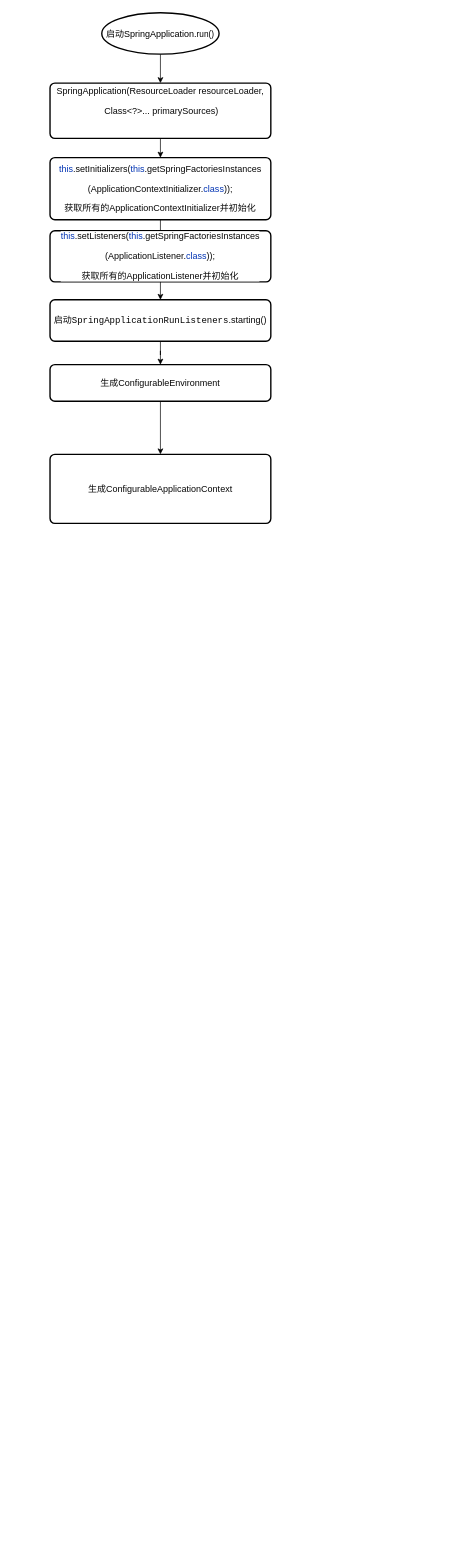
Above: springboot启动流程.drawio in AC-GITHUB/drawio (draw.io), before the change. Source tidied: cells renumbered, new cells numbered last; positions are measured from the earlier drawing's top-left corner, leaving out a move shared by most shapes. Both pictures are drawn from the tidied source at 69%, with x=0, y=0 at pixel (50, 12).
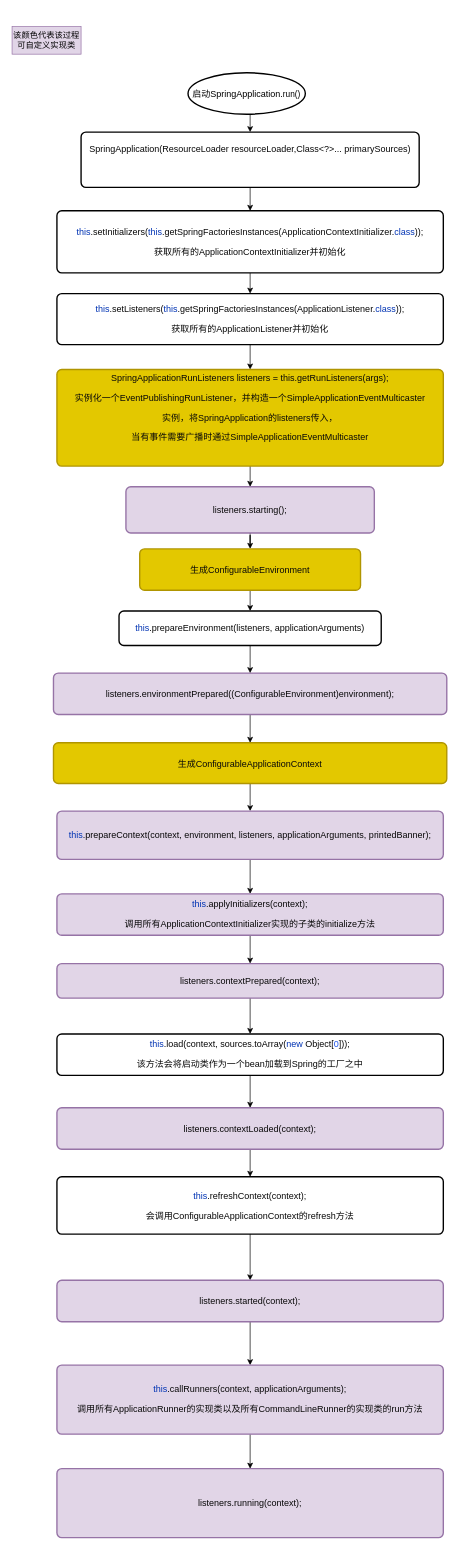
The same page after the edit.

Commit message:
更新springboot启动流程.drawio

Diff of the diagram source:
```diff
@@
-    <mxCell id="2" style="edgeStyle=orthogonalEdgeStyle;rounded=0;jettySize=auto;html=1;exitX=0.5;exitY=1;exitDx=0;exitDy=0;exitPerimeter=0;entryX=0.5;entryY=0;entryDx=0;entryDy=0;" parent="1" edge="1" source="3" target="10">
-      <mxGeometry relative="1" as="geometry" />
-    </mxCell>
+    <mxCell id="14" style="edgeStyle=orthogonalEdgeStyle;rounded=0;jettySize=auto;html=1;exitX=0.5;exitY=1;exitDx=0;exitDy=0;exitPerimeter=0;entryX=0.5;entryY=0;entryDx=0;entryDy=0;" parent="1" edge="1" source="3" target="21">
+      <mxGeometry relative="1" as="geometry" />
+    </mxCell>
     <mxCell id="3" value="&lt;span style=&quot;background-color: rgb(255 , 255 , 255)&quot;&gt;&lt;span style=&quot;font-family: &amp;#34;jetbrains mono&amp;#34; ; font-size: 9.8pt&quot;&gt;启动SpringApplication.&lt;/span&gt;run()&lt;/span&gt;" style="strokeWidth=2;html=1;shape=mxgraph.flowchart.start_1;whiteSpace=wrap;" parent="1" vertex="1">
-      <mxGeometry x="75" width="170" height="60" as="geometry" />
+      <mxGeometry x="200" y="87" width="170" height="60" as="geometry" />
     </mxCell>
-    <mxCell id="4" style="edgeStyle=orthogonalEdgeStyle;rounded=0;jettySize=auto;html=1;" parent="1" edge="1" source="5" target="7">
-      <mxGeometry relative="1" as="geometry" />
-    </mxCell>
-    <mxCell id="5" value="&lt;pre style=&quot;font-size: 9.8pt&quot;&gt;&lt;pre style=&quot;font-size: 9.8pt ; background-color: rgb(255 , 255 , 255) ; color: rgb(8 , 8 , 8) ; font-family: &amp;#34;jetbrains mono&amp;#34;&quot;&gt;&lt;span style=&quot;color: rgb(3 , 3 , 3) ; font-family: &amp;#34;courier new&amp;#34; ; font-size: 9.8pt&quot;&gt;启动SpringApplicationRunListeners&lt;/span&gt;.starting()&lt;/pre&gt;&lt;/pre&gt;" style="rounded=1;whiteSpace=wrap;html=1;absoluteArcSize=1;arcSize=14;strokeWidth=2;" parent="1" vertex="1">
-      <mxGeometry y="416" width="320" height="60" as="geometry" />
-    </mxCell>
-    <mxCell id="6" style="edgeStyle=orthogonalEdgeStyle;rounded=0;jettySize=auto;html=1;" parent="1" edge="1" source="7" target="8">
-      <mxGeometry relative="1" as="geometry" />
-    </mxCell>
+    <mxCell id="15" style="edgeStyle=orthogonalEdgeStyle;rounded=0;jettySize=auto;html=1;" parent="1" edge="1" source="16" target="7">
+      <mxGeometry relative="1" as="geometry" />
+    </mxCell>
+    <mxCell id="16" value="&lt;pre style=&quot;font-size: 9.8pt&quot;&gt;&lt;pre style=&quot;font-size: 9.8pt; color: rgb(8, 8, 8); font-family: &amp;quot;jetbrains mono&amp;quot;;&quot;&gt;&lt;pre style=&quot;font-family: &amp;quot;jetbrains mono&amp;quot; ; font-size: 9.8pt&quot;&gt;listeners.starting();&lt;/pre&gt;&lt;/pre&gt;&lt;/pre&gt;" style="rounded=1;whiteSpace=wrap;html=1;absoluteArcSize=1;arcSize=14;strokeWidth=2;fillColor=#e1d5e7;strokeColor=#9673a6;labelBackgroundColor=none;" parent="1" vertex="1">
+      <mxGeometry x="110" y="687" width="360" height="67" as="geometry" />
+    </mxCell>
+    <mxCell id="17" style="edgeStyle=orthogonalEdgeStyle;rounded=0;jettySize=auto;html=1;exitX=0.5;exitY=1;exitDx=0;exitDy=0;entryX=0.5;entryY=0;entryDx=0;entryDy=0;" parent="1" edge="1" source="7" target="30">
+      <mxGeometry relative="1" as="geometry" />
+    </mxCell>
-    <mxCell id="7" value="&lt;pre style=&quot;font-size: 9.8pt&quot;&gt;&lt;pre style=&quot;background-color: #ffffff ; color: #080808 ; font-family: &amp;#34;jetbrains mono&amp;#34; ; font-size: 9.8pt&quot;&gt;&lt;pre style=&quot;font-family: &amp;#34;jetbrains mono&amp;#34; ; font-size: 9.8pt&quot;&gt;生成ConfigurableEnvironment&lt;/pre&gt;&lt;/pre&gt;&lt;/pre&gt;" style="rounded=1;whiteSpace=wrap;html=1;absoluteArcSize=1;arcSize=14;strokeWidth=2;" parent="1" vertex="1">
-      <mxGeometry y="510" width="320" height="53" as="geometry" />
+    <mxCell id="7" value="&lt;pre style=&quot;font-size: 9.8pt&quot;&gt;&lt;pre style=&quot;color: rgb(8, 8, 8); font-family: &amp;quot;jetbrains mono&amp;quot;; font-size: 9.8pt;&quot;&gt;&lt;pre style=&quot;font-family: &amp;quot;jetbrains mono&amp;quot; ; font-size: 9.8pt&quot;&gt;生成ConfigurableEnvironment&lt;/pre&gt;&lt;/pre&gt;&lt;/pre&gt;" style="rounded=1;whiteSpace=wrap;html=1;absoluteArcSize=1;arcSize=14;strokeWidth=2;fillColor=#e3c800;strokeColor=#B09500;fontColor=#ffffff;labelBackgroundColor=none;" parent="1" vertex="1">
+      <mxGeometry x="130" y="777" width="320" height="60" as="geometry" />
     </mxCell>
+    <mxCell id="18" style="edgeStyle=orthogonalEdgeStyle;rounded=0;jettySize=auto;html=1;exitX=0.5;exitY=1;exitDx=0;exitDy=0;entryX=0.5;entryY=0;entryDx=0;entryDy=0;" parent="1" edge="1" source="8" target="32">
+      <mxGeometry relative="1" as="geometry" />
+    </mxCell>
-    <mxCell id="8" value="&lt;pre style=&quot;font-size: 9.8pt&quot;&gt;&lt;pre style=&quot;background-color: #ffffff ; color: #080808 ; font-family: &amp;#34;jetbrains mono&amp;#34; ; font-size: 9.8pt&quot;&gt;&lt;pre style=&quot;font-family: &amp;#34;jetbrains mono&amp;#34; ; font-size: 9.8pt&quot;&gt;生成ConfigurableApplicationContext&lt;/pre&gt;&lt;/pre&gt;&lt;/pre&gt;" style="rounded=1;whiteSpace=wrap;html=1;absoluteArcSize=1;arcSize=14;strokeWidth=2;" parent="1" vertex="1">
-      <mxGeometry y="640" width="320" height="100" as="geometry" />
+    <mxCell id="8" value="&lt;pre style=&quot;font-size: 9.8pt&quot;&gt;&lt;pre style=&quot;color: rgb(8, 8, 8); font-family: &amp;quot;jetbrains mono&amp;quot;; font-size: 9.8pt;&quot;&gt;&lt;pre style=&quot;font-family: &amp;quot;jetbrains mono&amp;quot; ; font-size: 9.8pt&quot;&gt;生成ConfigurableApplicationContext&lt;/pre&gt;&lt;/pre&gt;&lt;/pre&gt;" style="rounded=1;whiteSpace=wrap;html=1;absoluteArcSize=1;arcSize=14;strokeWidth=2;fillColor=#e3c800;strokeColor=#B09500;fontColor=#ffffff;labelBackgroundColor=none;" parent="1" vertex="1">
+      <mxGeometry x="5" y="1058" width="570" height="59" as="geometry" />
     </mxCell>
-    <mxCell id="9" style="edgeStyle=none;rounded=0;jettySize=auto;html=1;" parent="1" edge="1" source="11" target="5">
-      <mxGeometry relative="1" as="geometry" />
-    </mxCell>
-    <mxCell id="10" value="&lt;pre style=&quot;background-color: #ffffff ; color: #080808 ; font-family: &amp;#34;jetbrains mono&amp;#34; ; font-size: 9.8pt&quot;&gt;SpringApplication(ResourceLoader resourceLoader,&lt;/pre&gt;&lt;pre style=&quot;background-color: #ffffff ; color: #080808 ; font-family: &amp;#34;jetbrains mono&amp;#34; ; font-size: 9.8pt&quot;&gt; Class&amp;lt;?&amp;gt;... primarySources)&lt;/pre&gt;&lt;pre style=&quot;background-color: #ffffff ; color: #080808 ; font-family: &amp;#34;jetbrains mono&amp;#34; ; font-size: 9.8pt&quot;&gt;&lt;br&gt;&lt;/pre&gt;" style="rounded=1;whiteSpace=wrap;html=1;absoluteArcSize=1;arcSize=14;strokeWidth=2;" parent="1" vertex="1">
-      <mxGeometry y="102" width="320" height="80" as="geometry" />
-    </mxCell>
-    <mxCell id="11" value="&lt;pre style=&quot;background-color: #ffffff ; color: #080808 ; font-family: &amp;#34;jetbrains mono&amp;#34; ; font-size: 9.8pt&quot;&gt;&lt;span style=&quot;color: #0033b3&quot;&gt;this&lt;/span&gt;.setInitializers(&lt;span style=&quot;color: #0033b3&quot;&gt;this&lt;/span&gt;.getSpringFactoriesInstances&lt;/pre&gt;&lt;pre style=&quot;background-color: #ffffff ; color: #080808 ; font-family: &amp;#34;jetbrains mono&amp;#34; ; font-size: 9.8pt&quot;&gt;(ApplicationContextInitializer.&lt;span style=&quot;color: #0033b3&quot;&gt;class&lt;/span&gt;));&lt;/pre&gt;&lt;pre style=&quot;background-color: #ffffff ; color: #080808 ; font-family: &amp;#34;jetbrains mono&amp;#34; ; font-size: 9.8pt&quot;&gt;获取所有的ApplicationContextInitializer并初始化&lt;/pre&gt;" style="rounded=1;whiteSpace=wrap;html=1;absoluteArcSize=1;arcSize=14;strokeWidth=2;" parent="1" vertex="1">
-      <mxGeometry y="210" width="320" height="90" as="geometry" />
-    </mxCell>
-    <mxCell id="12" style="edgeStyle=none;rounded=0;jettySize=auto;html=1;" parent="1" edge="1" source="10" target="11">
-      <mxGeometry relative="1" as="geometry" />
-    </mxCell>
-    <mxCell id="13" value="&lt;pre style=&quot;background-color: #ffffff ; color: #080808 ; font-family: &amp;#34;jetbrains mono&amp;#34; ; font-size: 9.8pt&quot;&gt;&lt;span style=&quot;color: #0033b3&quot;&gt;this&lt;/span&gt;.setListeners(&lt;span style=&quot;color: #0033b3&quot;&gt;this&lt;/span&gt;.getSpringFactoriesInstances&lt;/pre&gt;&lt;pre style=&quot;background-color: #ffffff ; color: #080808 ; font-family: &amp;#34;jetbrains mono&amp;#34; ; font-size: 9.8pt&quot;&gt;(ApplicationListener.&lt;span style=&quot;color: #0033b3&quot;&gt;class&lt;/span&gt;));&lt;/pre&gt;&lt;pre style=&quot;background-color: #ffffff ; color: #080808 ; font-family: &amp;#34;jetbrains mono&amp;#34; ; font-size: 9.8pt&quot;&gt;获取所有的ApplicationListener并初始化&lt;/pre&gt;" style="rounded=1;whiteSpace=wrap;html=1;absoluteArcSize=1;arcSize=14;strokeWidth=2;" parent="1" vertex="1">
-      <mxGeometry y="316" width="320" height="74" as="geometry" />
-    </mxCell>
+    <mxCell id="19" style="edgeStyle=none;rounded=0;jettySize=auto;html=1;" parent="1" edge="1" source="26" target="16">
+      <mxGeometry relative="1" as="geometry" />
+    </mxCell>
+    <mxCell id="20" style="edgeStyle=orthogonalEdgeStyle;rounded=0;jettySize=auto;html=1;exitX=0.5;exitY=1;exitDx=0;exitDy=0;entryX=0.5;entryY=0;entryDx=0;entryDy=0;" parent="1" edge="1" source="21" target="23">
+      <mxGeometry relative="1" as="geometry" />
+    </mxCell>
+    <mxCell id="21" value="&lt;pre style=&quot;background-color: #ffffff ; color: #080808 ; font-family: &amp;#34;jetbrains mono&amp;#34; ; font-size: 9.8pt&quot;&gt;SpringApplication(ResourceLoader resourceLoader,Class&amp;lt;?&amp;gt;... primarySources)&lt;/pre&gt;&lt;pre style=&quot;background-color: #ffffff ; color: #080808 ; font-family: &amp;#34;jetbrains mono&amp;#34; ; font-size: 9.8pt&quot;&gt;&lt;br&gt;&lt;/pre&gt;" style="rounded=1;whiteSpace=wrap;html=1;absoluteArcSize=1;arcSize=14;strokeWidth=2;" parent="1" vertex="1">
+      <mxGeometry x="45" y="173" width="490" height="80" as="geometry" />
+    </mxCell>
+    <mxCell id="22" style="edgeStyle=orthogonalEdgeStyle;rounded=0;jettySize=auto;html=1;exitX=0.5;exitY=1;exitDx=0;exitDy=0;entryX=0.5;entryY=0;entryDx=0;entryDy=0;" parent="1" edge="1" source="23" target="25">
+      <mxGeometry relative="1" as="geometry" />
+    </mxCell>
+    <mxCell id="23" value="&lt;pre style=&quot;background-color: #ffffff ; color: #080808 ; font-family: &amp;#34;jetbrains mono&amp;#34; ; font-size: 9.8pt&quot;&gt;&lt;span style=&quot;color: #0033b3&quot;&gt;this&lt;/span&gt;.setInitializers(&lt;span style=&quot;color: #0033b3&quot;&gt;this&lt;/span&gt;.getSpringFactoriesInstances(ApplicationContextInitializer.&lt;span style=&quot;font-size: 9.8pt ; white-space: normal ; color: rgb(0 , 51 , 179)&quot;&gt;class&lt;/span&gt;&lt;span style=&quot;font-size: 9.8pt ; white-space: normal&quot;&gt;));&lt;/span&gt;&lt;/pre&gt;&lt;pre style=&quot;background-color: #ffffff ; color: #080808 ; font-family: &amp;#34;jetbrains mono&amp;#34; ; font-size: 9.8pt&quot;&gt;获取所有的ApplicationContextInitializer并初始化&lt;/pre&gt;" style="rounded=1;whiteSpace=wrap;html=1;absoluteArcSize=1;arcSize=14;strokeWidth=2;" parent="1" vertex="1">
+      <mxGeometry x="10" y="287" width="560" height="90" as="geometry" />
+    </mxCell>
+    <mxCell id="24" style="edgeStyle=orthogonalEdgeStyle;rounded=0;jettySize=auto;html=1;exitX=0.5;exitY=1;exitDx=0;exitDy=0;entryX=0.5;entryY=0;entryDx=0;entryDy=0;" parent="1" edge="1" source="25" target="26">
+      <mxGeometry relative="1" as="geometry" />
+    </mxCell>
+    <mxCell id="25" value="&lt;pre style=&quot;background-color: #ffffff ; color: #080808 ; font-family: &amp;#34;jetbrains mono&amp;#34; ; font-size: 9.8pt&quot;&gt;&lt;span style=&quot;color: #0033b3&quot;&gt;this&lt;/span&gt;.setListeners(&lt;span style=&quot;color: #0033b3&quot;&gt;this&lt;/span&gt;.getSpringFactoriesInstances(ApplicationListener.&lt;span style=&quot;font-size: 9.8pt ; white-space: normal ; color: rgb(0 , 51 , 179)&quot;&gt;class&lt;/span&gt;&lt;span style=&quot;font-size: 9.8pt ; white-space: normal&quot;&gt;));&lt;/span&gt;&lt;/pre&gt;&lt;pre style=&quot;background-color: #ffffff ; color: #080808 ; font-family: &amp;#34;jetbrains mono&amp;#34; ; font-size: 9.8pt&quot;&gt;获取所有的ApplicationListener并初始化&lt;/pre&gt;" style="rounded=1;whiteSpace=wrap;html=1;absoluteArcSize=1;arcSize=14;strokeWidth=2;" parent="1" vertex="1">
+      <mxGeometry x="10" y="407" width="560" height="74" as="geometry" />
+    </mxCell>
+    <mxCell id="26" value="&lt;pre style=&quot;color: rgb(8, 8, 8); font-family: &amp;quot;jetbrains mono&amp;quot;; font-size: 9.8pt;&quot;&gt;SpringApplicationRunListeners listeners = this&lt;span style=&quot;font-size: 9.8pt&quot;&gt;.getRunListeners(args);&lt;/span&gt;&lt;/pre&gt;&lt;pre style=&quot;color: rgb(8, 8, 8); font-family: &amp;quot;jetbrains mono&amp;quot;; font-size: 9.8pt;&quot;&gt;实例化一个EventPublishingRunListener，并构造一个SimpleApplicationEventMulticaster&lt;/pre&gt;&lt;pre style=&quot;color: rgb(8, 8, 8); font-family: &amp;quot;jetbrains mono&amp;quot;; font-size: 9.8pt;&quot;&gt;实例，将SpringApplication的listeners传入，&lt;/pre&gt;&lt;pre style=&quot;color: rgb(8, 8, 8); font-family: &amp;quot;jetbrains mono&amp;quot;; font-size: 9.8pt;&quot;&gt;当有事件需要广播时通过SimpleApplicationEventMulticaster&lt;/pre&gt;&lt;pre style=&quot;color: rgb(8, 8, 8); font-family: &amp;quot;jetbrains mono&amp;quot;; font-size: 9.8pt;&quot;&gt;&lt;br&gt;&lt;/pre&gt;" style="rounded=1;html=1;absoluteArcSize=1;arcSize=14;strokeWidth=2;whiteSpace=wrap;labelBorderColor=none;fillColor=#e3c800;strokeColor=#B09500;fontColor=#ffffff;labelBackgroundColor=none;" parent="1" vertex="1">
+      <mxGeometry x="10" y="517" width="560" height="140" as="geometry" />
+    </mxCell>
+    <mxCell id="27" style="edgeStyle=orthogonalEdgeStyle;rounded=0;jettySize=auto;html=1;exitX=0.5;exitY=1;exitDx=0;exitDy=0;entryX=0.5;entryY=0;entryDx=0;entryDy=0;" parent="1" edge="1" source="28" target="8">
+      <mxGeometry relative="1" as="geometry" />
+    </mxCell>
+    <mxCell id="28" value="&lt;pre style=&quot;color: rgb(8, 8, 8); font-family: &amp;quot;jetbrains mono&amp;quot;; font-size: 9.8pt;&quot;&gt;listeners.environmentPrepared((ConfigurableEnvironment)environment);&lt;/pre&gt;" style="rounded=1;whiteSpace=wrap;html=1;absoluteArcSize=1;arcSize=14;strokeWidth=2;fillColor=#e1d5e7;strokeColor=#9673a6;labelBackgroundColor=none;" parent="1" vertex="1">
+      <mxGeometry x="5" y="957" width="570" height="60" as="geometry" />
+    </mxCell>
+    <mxCell id="29" style="edgeStyle=orthogonalEdgeStyle;rounded=0;jettySize=auto;html=1;exitX=0.5;exitY=1;exitDx=0;exitDy=0;entryX=0.5;entryY=0;entryDx=0;entryDy=0;" parent="1" edge="1" source="30" target="28">
+      <mxGeometry relative="1" as="geometry" />
+    </mxCell>
+    <mxCell id="30" value="&lt;pre style=&quot;background-color: #ffffff ; color: #080808 ; font-family: &amp;#34;jetbrains mono&amp;#34; ; font-size: 9.8pt&quot;&gt;&lt;span style=&quot;color: #0033b3&quot;&gt;this&lt;/span&gt;.prepareEnvironment(listeners, applicationArguments)&lt;/pre&gt;" style="rounded=1;whiteSpace=wrap;html=1;absoluteArcSize=1;arcSize=14;strokeWidth=2;" parent="1" vertex="1">
+      <mxGeometry x="100" y="867" width="380" height="50" as="geometry" />
+    </mxCell>
+    <mxCell id="31" style="edgeStyle=orthogonalEdgeStyle;rounded=0;jettySize=auto;html=1;exitX=0.5;exitY=1;exitDx=0;exitDy=0;entryX=0.5;entryY=0;entryDx=0;entryDy=0;" parent="1" edge="1" source="32" target="34">
+      <mxGeometry relative="1" as="geometry" />
+    </mxCell>
+    <mxCell id="32" value="&lt;pre style=&quot;color: rgb(8, 8, 8); font-family: &amp;quot;jetbrains mono&amp;quot;; font-size: 9.8pt;&quot;&gt;&lt;span style=&quot;color: #0033b3&quot;&gt;this&lt;/span&gt;.prepareContext(context, environment, listeners, applicationArguments, printedBanner);&lt;/pre&gt;" style="rounded=1;whiteSpace=wrap;html=1;absoluteArcSize=1;arcSize=14;strokeWidth=2;labelBackgroundColor=none;fillColor=#e1d5e7;strokeColor=#9673a6;" parent="1" vertex="1">
+      <mxGeometry x="10" y="1157" width="560" height="70" as="geometry" />
+    </mxCell>
+    <mxCell id="33" style="edgeStyle=orthogonalEdgeStyle;rounded=0;jettySize=auto;html=1;exitX=0.5;exitY=1;exitDx=0;exitDy=0;entryX=0.5;entryY=0;entryDx=0;entryDy=0;" parent="1" edge="1" source="34" target="36">
+      <mxGeometry relative="1" as="geometry" />
+    </mxCell>
+    <mxCell id="34" value="&lt;pre style=&quot;color: rgb(8, 8, 8); font-family: &amp;quot;jetbrains mono&amp;quot;; font-size: 9.8pt;&quot;&gt;&lt;span style=&quot;color: #0033b3&quot;&gt;this&lt;/span&gt;.applyInitializers(context);&lt;/pre&gt;&lt;pre style=&quot;color: rgb(8, 8, 8); font-family: &amp;quot;jetbrains mono&amp;quot;; font-size: 9.8pt;&quot;&gt;调用所有ApplicationContextInitializer实现的子类的initialize方法&lt;/pre&gt;" style="rounded=1;whiteSpace=wrap;html=1;absoluteArcSize=1;arcSize=14;strokeWidth=2;labelBackgroundColor=none;fillColor=#e1d5e7;strokeColor=#9673a6;" parent="1" vertex="1">
+      <mxGeometry x="10" y="1277" width="560" height="60" as="geometry" />
+    </mxCell>
+    <mxCell id="35" style="edgeStyle=orthogonalEdgeStyle;rounded=0;jettySize=auto;html=1;exitX=0.5;exitY=1;exitDx=0;exitDy=0;entryX=0.5;entryY=0;entryDx=0;entryDy=0;" parent="1" edge="1" source="36" target="48">
+      <mxGeometry relative="1" as="geometry" />
+    </mxCell>
+    <mxCell id="36" value="&lt;pre style=&quot;color: rgb(8, 8, 8); font-family: &amp;quot;jetbrains mono&amp;quot;; font-size: 9.8pt;&quot;&gt;listeners.contextPrepared(context);&lt;/pre&gt;" style="rounded=1;whiteSpace=wrap;html=1;absoluteArcSize=1;arcSize=14;strokeWidth=2;labelBackgroundColor=none;fillColor=#e1d5e7;strokeColor=#9673a6;" parent="1" vertex="1">
+      <mxGeometry x="10" y="1378" width="560" height="50" as="geometry" />
+    </mxCell>
+    <mxCell id="37" style="edgeStyle=orthogonalEdgeStyle;rounded=0;jettySize=auto;html=1;exitX=0.5;exitY=1;exitDx=0;exitDy=0;entryX=0.5;entryY=0;entryDx=0;entryDy=0;" parent="1" edge="1" source="38" target="40">
+      <mxGeometry relative="1" as="geometry" />
+    </mxCell>
+    <mxCell id="38" value="&lt;pre style=&quot;background-color: #ffffff ; color: #080808 ; font-family: &amp;#34;jetbrains mono&amp;#34; ; font-size: 9.8pt&quot;&gt;&lt;span style=&quot;color: #0033b3&quot;&gt;this&lt;/span&gt;.refreshContext(context);&lt;/pre&gt;&lt;pre style=&quot;background-color: #ffffff ; color: #080808 ; font-family: &amp;#34;jetbrains mono&amp;#34; ; font-size: 9.8pt&quot;&gt;会调用ConfigurableApplicationContext的refresh方法&lt;/pre&gt;" style="rounded=1;whiteSpace=wrap;html=1;absoluteArcSize=1;arcSize=14;strokeWidth=2;labelBackgroundColor=none;" parent="1" vertex="1">
+      <mxGeometry x="10" y="1687" width="560" height="83" as="geometry" />
+    </mxCell>
+    <mxCell id="39" style="edgeStyle=orthogonalEdgeStyle;rounded=0;jettySize=auto;html=1;exitX=0.5;exitY=1;exitDx=0;exitDy=0;entryX=0.5;entryY=0;entryDx=0;entryDy=0;" parent="1" edge="1" source="40" target="42">
+      <mxGeometry relative="1" as="geometry" />
+    </mxCell>
+    <mxCell id="40" value="&lt;pre style=&quot;color: rgb(8, 8, 8); font-family: &amp;quot;jetbrains mono&amp;quot;; font-size: 9.8pt;&quot;&gt;listeners.started(context);&lt;/pre&gt;" style="rounded=1;whiteSpace=wrap;html=1;absoluteArcSize=1;arcSize=14;strokeWidth=2;labelBackgroundColor=none;fillColor=#e1d5e7;strokeColor=#9673a6;" parent="1" vertex="1">
+      <mxGeometry x="10" y="1837" width="560" height="60" as="geometry" />
+    </mxCell>
+    <mxCell id="41" style="edgeStyle=orthogonalEdgeStyle;rounded=0;jettySize=auto;html=1;exitX=0.5;exitY=1;exitDx=0;exitDy=0;entryX=0.5;entryY=0;entryDx=0;entryDy=0;" parent="1" edge="1" source="42" target="43">
+      <mxGeometry relative="1" as="geometry" />
+    </mxCell>
+    <mxCell id="42" value="&lt;pre style=&quot;color: rgb(8, 8, 8); font-family: &amp;quot;jetbrains mono&amp;quot;; font-size: 9.8pt;&quot;&gt;&lt;span style=&quot;color: #0033b3&quot;&gt;this&lt;/span&gt;.callRunners(context, applicationArguments);&lt;/pre&gt;&lt;pre style=&quot;color: rgb(8, 8, 8); font-family: &amp;quot;jetbrains mono&amp;quot;; font-size: 9.8pt;&quot;&gt;调用所有ApplicationRunner的实现类以及所有CommandLineRunner的实现类的run方法&lt;/pre&gt;" style="rounded=1;whiteSpace=wrap;html=1;absoluteArcSize=1;arcSize=14;strokeWidth=2;labelBackgroundColor=none;fillColor=#e1d5e7;strokeColor=#9673a6;" parent="1" vertex="1">
+      <mxGeometry x="10" y="1960" width="560" height="100" as="geometry" />
+    </mxCell>
+    <mxCell id="43" value="&lt;pre style=&quot;color: rgb(8, 8, 8); font-family: &amp;quot;jetbrains mono&amp;quot;; font-size: 9.8pt;&quot;&gt;listeners.running(context);&lt;/pre&gt;" style="rounded=1;whiteSpace=wrap;html=1;absoluteArcSize=1;arcSize=14;strokeWidth=2;labelBackgroundColor=none;fillColor=#e1d5e7;strokeColor=#9673a6;" parent="1" vertex="1">
+      <mxGeometry x="10" y="2110" width="560" height="100" as="geometry" />
+    </mxCell>
+    <mxCell id="44" style="edgeStyle=orthogonalEdgeStyle;rounded=0;jettySize=auto;html=1;exitX=0.5;exitY=1;exitDx=0;exitDy=0;entryX=0.5;entryY=0;entryDx=0;entryDy=0;" parent="1" edge="1" source="45" target="38">
+      <mxGeometry relative="1" as="geometry" />
+    </mxCell>
+    <mxCell id="45" value="&lt;pre style=&quot;color: rgb(8, 8, 8); font-family: &amp;quot;jetbrains mono&amp;quot;; font-size: 9.8pt;&quot;&gt;listeners.contextLoaded(context);&lt;/pre&gt;" style="rounded=1;whiteSpace=wrap;html=1;absoluteArcSize=1;arcSize=14;strokeWidth=2;labelBackgroundColor=none;fillColor=#e1d5e7;strokeColor=#9673a6;" parent="1" vertex="1">
+      <mxGeometry x="10" y="1587" width="560" height="60" as="geometry" />
+    </mxCell>
+    <mxCell id="46" value="该颜色代表该过程可自定义实现类" style="rounded=0;whiteSpace=wrap;html=1;labelBackgroundColor=none;fillColor=#e1d5e7;strokeColor=#9673a6;" parent="1" vertex="1">
+      <mxGeometry x="-55" y="20" width="100" height="40" as="geometry" />
+    </mxCell>
+    <mxCell id="47" style="edgeStyle=orthogonalEdgeStyle;rounded=0;jettySize=auto;html=1;exitX=0.5;exitY=1;exitDx=0;exitDy=0;entryX=0.5;entryY=0;entryDx=0;entryDy=0;" parent="1" edge="1" source="48" target="45">
+      <mxGeometry relative="1" as="geometry" />
+    </mxCell>
+    <mxCell id="48" value="&lt;pre style=&quot;background-color: #ffffff ; color: #080808 ; font-family: &amp;#34;jetbrains mono&amp;#34; ; font-size: 9.8pt&quot;&gt;&lt;span style=&quot;color: #0033b3&quot;&gt;this&lt;/span&gt;.load(context, sources.toArray(&lt;span style=&quot;color: #0033b3&quot;&gt;new &lt;/span&gt;Object[&lt;span style=&quot;color: #1750eb&quot;&gt;0&lt;/span&gt;]));&lt;/pre&gt;&lt;pre style=&quot;background-color: #ffffff ; color: #080808 ; font-family: &amp;#34;jetbrains mono&amp;#34; ; font-size: 9.8pt&quot;&gt;该方法会将启动类作为一个bean加载到Spring的工厂之中&lt;/pre&gt;" style="rounded=1;whiteSpace=wrap;html=1;absoluteArcSize=1;arcSize=14;strokeWidth=2;labelBackgroundColor=none;" parent="1" vertex="1">
+      <mxGeometry x="10" y="1480" width="560" height="60" as="geometry" />
+    </mxCell>
```
